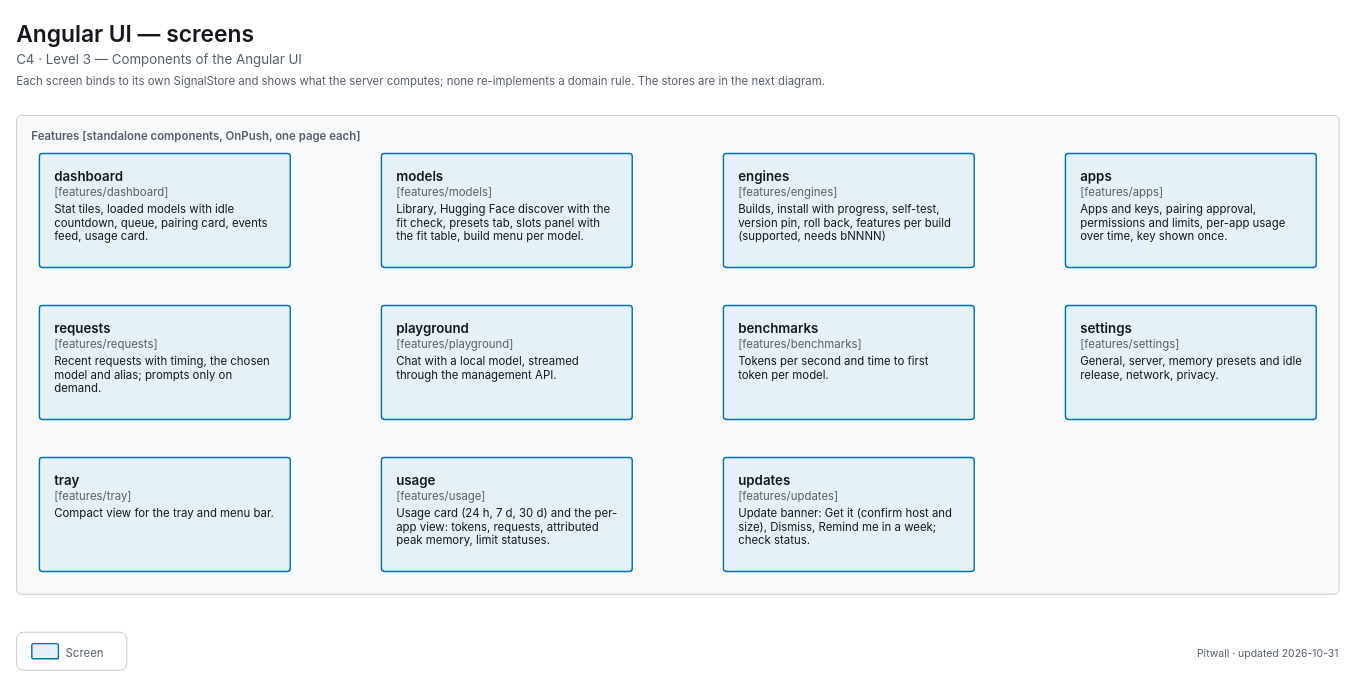
The draw.io diagram apps/pitwall/docs/diagrams/c4-3-ui-features.drawio in decryp7/paddock, before the edit. Source tidied: cells renumbered, new cells numbered last; positions are measured from the earlier drawing's top-left corner, leaving out a move shared by most shapes. Both pictures are drawn from the tidied source at 95%, with x=0, y=0 at pixel (16, 16).
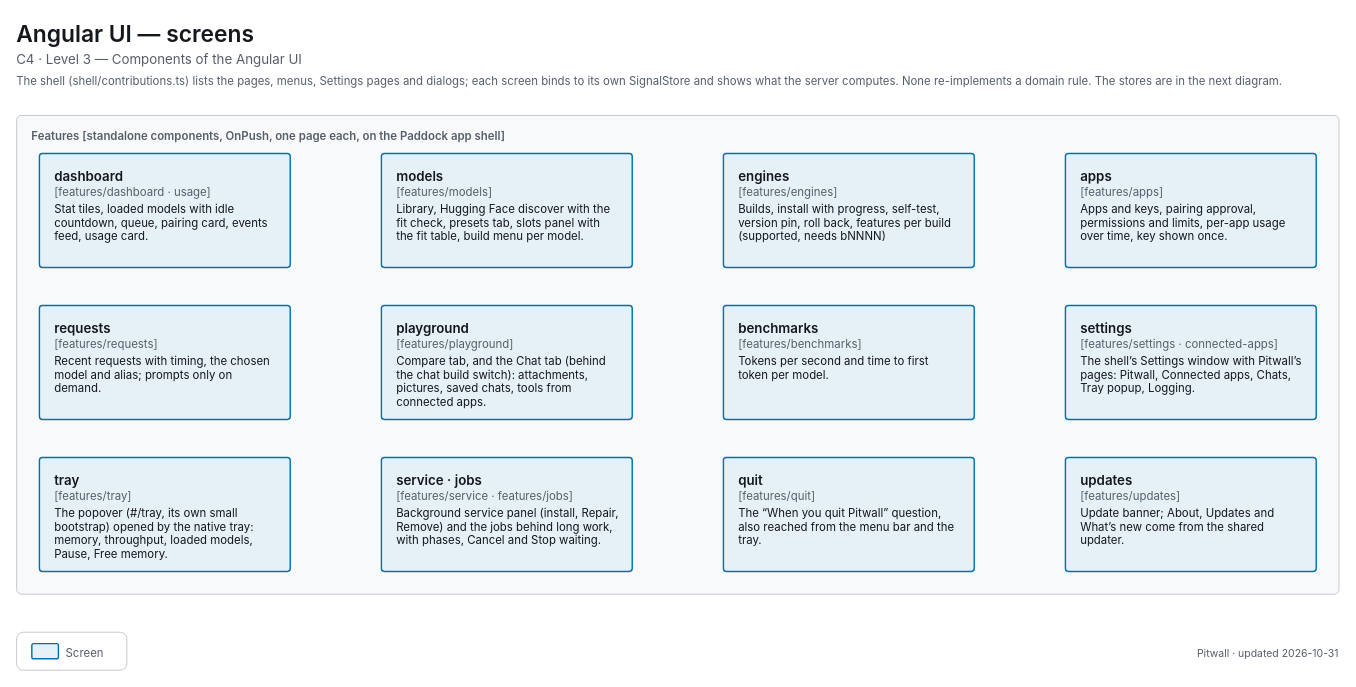
The same page after the edit.

Commit message (it also covers changes not shown here):
docs(pitwall): chat in the user guide and features, B3 status, C4 UI diagrams redrawn for 1.1

The edit, as a diff of the source:
```diff
@@
-    <mxCell id="4" value="&lt;span style=&quot;font-size:12px;font-weight:400&quot;&gt;Each screen binds to its own SignalStore and shows what the server computes; none re-implements a domain rule. The stores are in the next diagram.&lt;/span&gt;" style="html=1;whiteSpace=wrap;fontFamily=-apple-system,BlinkMacSystemFont,Segoe UI,system-ui,sans-serif;fontSize=12;fontColor=light-dark(#14171C,#ECEEF1);text;strokeColor=none;fillColor=none;align=left;verticalAlign=top;spacing=0;fontColor=light-dark(#565E6B,#A0A7B2);" parent="1" vertex="1">
+    <mxCell id="4" value="&lt;span style=&quot;font-size:12px;font-weight:400&quot;&gt;The shell (shell/contributions.ts) lists the pages, menus, Settings pages and dialogs; each screen binds to its own SignalStore and shows what the server computes. None re-implements a domain rule. The stores are in the next diagram.&lt;/span&gt;" style="html=1;whiteSpace=wrap;fontFamily=-apple-system,BlinkMacSystemFont,Segoe UI,system-ui,sans-serif;fontSize=12;fontColor=light-dark(#14171C,#ECEEF1);text;strokeColor=none;fillColor=none;align=left;verticalAlign=top;spacing=0;fontColor=light-dark(#565E6B,#A0A7B2);" parent="1" vertex="1">
       <mxGeometry y="56" width="1392" height="20" as="geometry" />
     </mxCell>
-    <mxCell id="5" value="&lt;span style=&quot;font-size:12px;font-weight:600&quot;&gt;Features [standalone components, OnPush, one page each]&lt;/span&gt;" style="html=1;whiteSpace=wrap;fontFamily=-apple-system,BlinkMacSystemFont,Segoe UI,system-ui,sans-serif;fontSize=12;fontColor=light-dark(#14171C,#ECEEF1);rounded=1;absoluteArcSize=1;arcSize=10;strokeWidth=1;strokeColor=light-dark(#C4C7CD,#353A42);fillColor=light-dark(#F8F9FA,#121418);align=left;verticalAlign=top;spacingLeft=14;spacingTop=8;fontColor=light-dark(#565E6B,#A0A7B2);" parent="1" vertex="1">
+    <mxCell id="5" value="&lt;span style=&quot;font-size:12px;font-weight:600&quot;&gt;Features [standalone components, OnPush, one page each, on the Paddock app shell]&lt;/span&gt;" style="html=1;whiteSpace=wrap;fontFamily=-apple-system,BlinkMacSystemFont,Segoe UI,system-ui,sans-serif;fontSize=12;fontColor=light-dark(#14171C,#ECEEF1);rounded=1;absoluteArcSize=1;arcSize=10;strokeWidth=1;strokeColor=light-dark(#C4C7CD,#353A42);fillColor=light-dark(#F8F9FA,#121418);align=left;verticalAlign=top;spacingLeft=14;spacingTop=8;fontColor=light-dark(#565E6B,#A0A7B2);" parent="1" vertex="1">
       <mxGeometry y="104" width="1392" height="504" as="geometry" />
     </mxCell>
-    <mxCell id="6" value="&lt;span style=&quot;font-size:14px;font-weight:600&quot;&gt;dashboard&lt;/span&gt;&lt;br&gt;&lt;span style=&quot;font-size:12px;color:light-dark(#565E6B,#A0A7B2)&quot;&gt;[features/dashboard]&lt;/span&gt;&lt;br&gt;&lt;div style=&quot;margin-top:4px;font-size:12px&quot;&gt;Stat tiles, loaded models with idle countdown, queue, pairing card, events feed, usage card.&lt;/div&gt;" style="html=1;whiteSpace=wrap;fontFamily=-apple-system,BlinkMacSystemFont,Segoe UI,system-ui,sans-serif;fontSize=12;fontColor=light-dark(#14171C,#ECEEF1);rounded=1;absoluteArcSize=1;arcSize=6;strokeWidth=1.5;strokeColor=light-dark(#0072B2,#56B4E9);fillColor=light-dark(#E6F1F7,#1F303C);align=left;verticalAlign=top;spacingLeft=14;spacingRight=14;spacingTop=10;spacingBottom=8;" parent="1" vertex="1">
+    <mxCell id="6" value="&lt;span style=&quot;font-size:14px;font-weight:600&quot;&gt;dashboard&lt;/span&gt;&lt;br&gt;&lt;span style=&quot;font-size:12px;color:light-dark(#565E6B,#A0A7B2)&quot;&gt;[features/dashboard · usage]&lt;/span&gt;&lt;br&gt;&lt;div style=&quot;margin-top:4px;font-size:12px&quot;&gt;Stat tiles, loaded models with idle countdown, queue, pairing card, events feed, usage card.&lt;/div&gt;" style="html=1;whiteSpace=wrap;fontFamily=-apple-system,BlinkMacSystemFont,Segoe UI,system-ui,sans-serif;fontSize=12;fontColor=light-dark(#14171C,#ECEEF1);rounded=1;absoluteArcSize=1;arcSize=6;strokeWidth=1.5;strokeColor=light-dark(#0072B2,#56B4E9);fillColor=light-dark(#E6F1F7,#1F303C);align=left;verticalAlign=top;spacingLeft=14;spacingRight=14;spacingTop=10;spacingBottom=8;" parent="1" vertex="1">
       <mxGeometry x="24" y="144" width="264" height="120" as="geometry" />
     </mxCell>
@@
-    <mxCell id="11" value="&lt;span style=&quot;font-size:14px;font-weight:600&quot;&gt;playground&lt;/span&gt;&lt;br&gt;&lt;span style=&quot;font-size:12px;color:light-dark(#565E6B,#A0A7B2)&quot;&gt;[features/playground]&lt;/span&gt;&lt;br&gt;&lt;div style=&quot;margin-top:4px;font-size:12px&quot;&gt;Chat with a local model, streamed through the management API.&lt;/div&gt;" style="html=1;whiteSpace=wrap;fontFamily=-apple-system,BlinkMacSystemFont,Segoe UI,system-ui,sans-serif;fontSize=12;fontColor=light-dark(#14171C,#ECEEF1);rounded=1;absoluteArcSize=1;arcSize=6;strokeWidth=1.5;strokeColor=light-dark(#0072B2,#56B4E9);fillColor=light-dark(#E6F1F7,#1F303C);align=left;verticalAlign=top;spacingLeft=14;spacingRight=14;spacingTop=10;spacingBottom=8;" parent="1" vertex="1">
+    <mxCell id="11" value="&lt;span style=&quot;font-size:14px;font-weight:600&quot;&gt;playground&lt;/span&gt;&lt;br&gt;&lt;span style=&quot;font-size:12px;color:light-dark(#565E6B,#A0A7B2)&quot;&gt;[features/playground]&lt;/span&gt;&lt;br&gt;&lt;div style=&quot;margin-top:4px;font-size:12px&quot;&gt;Compare tab, and the Chat tab (behind the chat build switch): attachments, pictures, saved chats, tools from connected apps.&lt;/div&gt;" style="html=1;whiteSpace=wrap;fontFamily=-apple-system,BlinkMacSystemFont,Segoe UI,system-ui,sans-serif;fontSize=12;fontColor=light-dark(#14171C,#ECEEF1);rounded=1;absoluteArcSize=1;arcSize=6;strokeWidth=1.5;strokeColor=light-dark(#0072B2,#56B4E9);fillColor=light-dark(#E6F1F7,#1F303C);align=left;verticalAlign=top;spacingLeft=14;spacingRight=14;spacingTop=10;spacingBottom=8;" parent="1" vertex="1">
       <mxGeometry x="384" y="304" width="264" height="120" as="geometry" />
     </mxCell>
@@
-    <mxCell id="13" value="&lt;span style=&quot;font-size:14px;font-weight:600&quot;&gt;settings&lt;/span&gt;&lt;br&gt;&lt;span style=&quot;font-size:12px;color:light-dark(#565E6B,#A0A7B2)&quot;&gt;[features/settings]&lt;/span&gt;&lt;br&gt;&lt;div style=&quot;margin-top:4px;font-size:12px&quot;&gt;General, server, memory presets and idle release, network, privacy.&lt;/div&gt;" style="html=1;whiteSpace=wrap;fontFamily=-apple-system,BlinkMacSystemFont,Segoe UI,system-ui,sans-serif;fontSize=12;fontColor=light-dark(#14171C,#ECEEF1);rounded=1;absoluteArcSize=1;arcSize=6;strokeWidth=1.5;strokeColor=light-dark(#0072B2,#56B4E9);fillColor=light-dark(#E6F1F7,#1F303C);align=left;verticalAlign=top;spacingLeft=14;spacingRight=14;spacingTop=10;spacingBottom=8;" parent="1" vertex="1">
+    <mxCell id="13" value="&lt;span style=&quot;font-size:14px;font-weight:600&quot;&gt;settings&lt;/span&gt;&lt;br&gt;&lt;span style=&quot;font-size:12px;color:light-dark(#565E6B,#A0A7B2)&quot;&gt;[features/settings · connected-apps]&lt;/span&gt;&lt;br&gt;&lt;div style=&quot;margin-top:4px;font-size:12px&quot;&gt;The shell’s Settings window with Pitwall’s pages: Pitwall, Connected apps, Chats, Tray popup, Logging.&lt;/div&gt;" style="html=1;whiteSpace=wrap;fontFamily=-apple-system,BlinkMacSystemFont,Segoe UI,system-ui,sans-serif;fontSize=12;fontColor=light-dark(#14171C,#ECEEF1);rounded=1;absoluteArcSize=1;arcSize=6;strokeWidth=1.5;strokeColor=light-dark(#0072B2,#56B4E9);fillColor=light-dark(#E6F1F7,#1F303C);align=left;verticalAlign=top;spacingLeft=14;spacingRight=14;spacingTop=10;spacingBottom=8;" parent="1" vertex="1">
       <mxGeometry x="1104" y="304" width="264" height="120" as="geometry" />
     </mxCell>
-    <mxCell id="14" value="&lt;span style=&quot;font-size:14px;font-weight:600&quot;&gt;tray&lt;/span&gt;&lt;br&gt;&lt;span style=&quot;font-size:12px;color:light-dark(#565E6B,#A0A7B2)&quot;&gt;[features/tray]&lt;/span&gt;&lt;br&gt;&lt;div style=&quot;margin-top:4px;font-size:12px&quot;&gt;Compact view for the tray and menu bar.&lt;/div&gt;" style="html=1;whiteSpace=wrap;fontFamily=-apple-system,BlinkMacSystemFont,Segoe UI,system-ui,sans-serif;fontSize=12;fontColor=light-dark(#14171C,#ECEEF1);rounded=1;absoluteArcSize=1;arcSize=6;strokeWidth=1.5;strokeColor=light-dark(#0072B2,#56B4E9);fillColor=light-dark(#E6F1F7,#1F303C);align=left;verticalAlign=top;spacingLeft=14;spacingRight=14;spacingTop=10;spacingBottom=8;" parent="1" vertex="1">
+    <mxCell id="14" value="&lt;span style=&quot;font-size:14px;font-weight:600&quot;&gt;tray&lt;/span&gt;&lt;br&gt;&lt;span style=&quot;font-size:12px;color:light-dark(#565E6B,#A0A7B2)&quot;&gt;[features/tray]&lt;/span&gt;&lt;br&gt;&lt;div style=&quot;margin-top:4px;font-size:12px&quot;&gt;The popover (#/tray, its own small bootstrap) opened by the native tray: memory, throughput, loaded models, Pause, Free memory.&lt;/div&gt;" style="html=1;whiteSpace=wrap;fontFamily=-apple-system,BlinkMacSystemFont,Segoe UI,system-ui,sans-serif;fontSize=12;fontColor=light-dark(#14171C,#ECEEF1);rounded=1;absoluteArcSize=1;arcSize=6;strokeWidth=1.5;strokeColor=light-dark(#0072B2,#56B4E9);fillColor=light-dark(#E6F1F7,#1F303C);align=left;verticalAlign=top;spacingLeft=14;spacingRight=14;spacingTop=10;spacingBottom=8;" parent="1" vertex="1">
       <mxGeometry x="24" y="464" width="264" height="120" as="geometry" />
     </mxCell>
-    <mxCell id="15" value="&lt;span style=&quot;font-size:14px;font-weight:600&quot;&gt;usage&lt;/span&gt;&lt;br&gt;&lt;span style=&quot;font-size:12px;color:light-dark(#565E6B,#A0A7B2)&quot;&gt;[features/usage]&lt;/span&gt;&lt;br&gt;&lt;div style=&quot;margin-top:4px;font-size:12px&quot;&gt;Usage card (24 h, 7 d, 30 d) and the per-app view: tokens, requests, attributed peak memory, limit statuses.&lt;/div&gt;" style="html=1;whiteSpace=wrap;fontFamily=-apple-system,BlinkMacSystemFont,Segoe UI,system-ui,sans-serif;fontSize=12;fontColor=light-dark(#14171C,#ECEEF1);rounded=1;absoluteArcSize=1;arcSize=6;strokeWidth=1.5;strokeColor=light-dark(#0072B2,#56B4E9);fillColor=light-dark(#E6F1F7,#1F303C);align=left;verticalAlign=top;spacingLeft=14;spacingRight=14;spacingTop=10;spacingBottom=8;" parent="1" vertex="1">
-      <mxGeometry x="384" y="464" width="264" height="120" as="geometry" />
-    </mxCell>
+    <mxCell id="21" value="&lt;span style=&quot;font-size:14px;font-weight:600&quot;&gt;service · jobs&lt;/span&gt;&lt;br&gt;&lt;span style=&quot;font-size:12px;color:light-dark(#565E6B,#A0A7B2)&quot;&gt;[features/service · features/jobs]&lt;/span&gt;&lt;br&gt;&lt;div style=&quot;margin-top:4px;font-size:12px&quot;&gt;Background service panel (install, Repair, Remove) and the jobs behind long work, with phases, Cancel and Stop waiting.&lt;/div&gt;" style="html=1;whiteSpace=wrap;fontFamily=-apple-system,BlinkMacSystemFont,Segoe UI,system-ui,sans-serif;fontSize=12;fontColor=light-dark(#14171C,#ECEEF1);rounded=1;absoluteArcSize=1;arcSize=6;strokeWidth=1.5;strokeColor=light-dark(#0072B2,#56B4E9);fillColor=light-dark(#E6F1F7,#1F303C);align=left;verticalAlign=top;spacingLeft=14;spacingRight=14;spacingTop=10;spacingBottom=8;" parent="1" vertex="1">
+      <mxGeometry x="384" y="464" width="264" height="120" as="geometry" />
+    </mxCell>
+    <mxCell id="22" value="&lt;span style=&quot;font-size:14px;font-weight:600&quot;&gt;quit&lt;/span&gt;&lt;br&gt;&lt;span style=&quot;font-size:12px;color:light-dark(#565E6B,#A0A7B2)&quot;&gt;[features/quit]&lt;/span&gt;&lt;br&gt;&lt;div style=&quot;margin-top:4px;font-size:12px&quot;&gt;The “When you quit Pitwall” question, also reached from the menu bar and the tray.&lt;/div&gt;" style="html=1;whiteSpace=wrap;fontFamily=-apple-system,BlinkMacSystemFont,Segoe UI,system-ui,sans-serif;fontSize=12;fontColor=light-dark(#14171C,#ECEEF1);rounded=1;absoluteArcSize=1;arcSize=6;strokeWidth=1.5;strokeColor=light-dark(#0072B2,#56B4E9);fillColor=light-dark(#E6F1F7,#1F303C);align=left;verticalAlign=top;spacingLeft=14;spacingRight=14;spacingTop=10;spacingBottom=8;" parent="1" vertex="1">
+      <mxGeometry x="744" y="464" width="264" height="120" as="geometry" />
+    </mxCell>
-    <mxCell id="16" value="&lt;span style=&quot;font-size:14px;font-weight:600&quot;&gt;updates&lt;/span&gt;&lt;br&gt;&lt;span style=&quot;font-size:12px;color:light-dark(#565E6B,#A0A7B2)&quot;&gt;[features/updates]&lt;/span&gt;&lt;br&gt;&lt;div style=&quot;margin-top:4px;font-size:12px&quot;&gt;Update banner: Get it (confirm host and size), Dismiss, Remind me in a week; check status.&lt;/div&gt;" style="html=1;whiteSpace=wrap;fontFamily=-apple-system,BlinkMacSystemFont,Segoe UI,system-ui,sans-serif;fontSize=12;fontColor=light-dark(#14171C,#ECEEF1);rounded=1;absoluteArcSize=1;arcSize=6;strokeWidth=1.5;strokeColor=light-dark(#0072B2,#56B4E9);fillColor=light-dark(#E6F1F7,#1F303C);align=left;verticalAlign=top;spacingLeft=14;spacingRight=14;spacingTop=10;spacingBottom=8;" parent="1" vertex="1">
-      <mxGeometry x="744" y="464" width="264" height="120" as="geometry" />
+    <mxCell id="16" value="&lt;span style=&quot;font-size:14px;font-weight:600&quot;&gt;updates&lt;/span&gt;&lt;br&gt;&lt;span style=&quot;font-size:12px;color:light-dark(#565E6B,#A0A7B2)&quot;&gt;[features/updates]&lt;/span&gt;&lt;br&gt;&lt;div style=&quot;margin-top:4px;font-size:12px&quot;&gt;Update banner; About, Updates and What’s new come from the shared updater.&lt;/div&gt;" style="html=1;whiteSpace=wrap;fontFamily=-apple-system,BlinkMacSystemFont,Segoe UI,system-ui,sans-serif;fontSize=12;fontColor=light-dark(#14171C,#ECEEF1);rounded=1;absoluteArcSize=1;arcSize=6;strokeWidth=1.5;strokeColor=light-dark(#0072B2,#56B4E9);fillColor=light-dark(#E6F1F7,#1F303C);align=left;verticalAlign=top;spacingLeft=14;spacingRight=14;spacingTop=10;spacingBottom=8;" parent="1" vertex="1">
+      <mxGeometry x="1104" y="464" width="264" height="120" as="geometry" />
     </mxCell>
```
